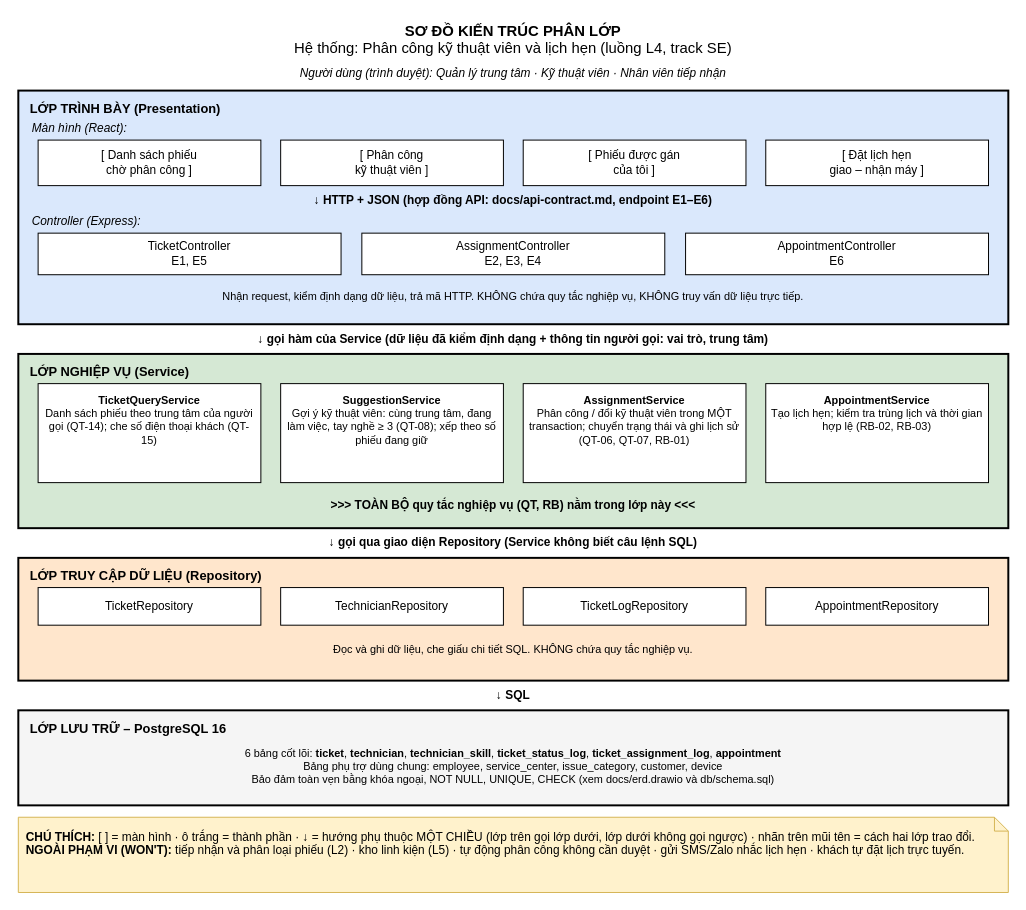
Above: docs/architecture.drawio in WangTWang/cdtn1-tranquocvuong-l4 (draw.io), before the change. Source tidied: cells renumbered, new cells numbered last; positions are measured from the earlier drawing's top-left corner, leaving out a move shared by most shapes. Both pictures are drawn from the tidied source at 99%, with x=0, y=0 at pixel (18, 17).
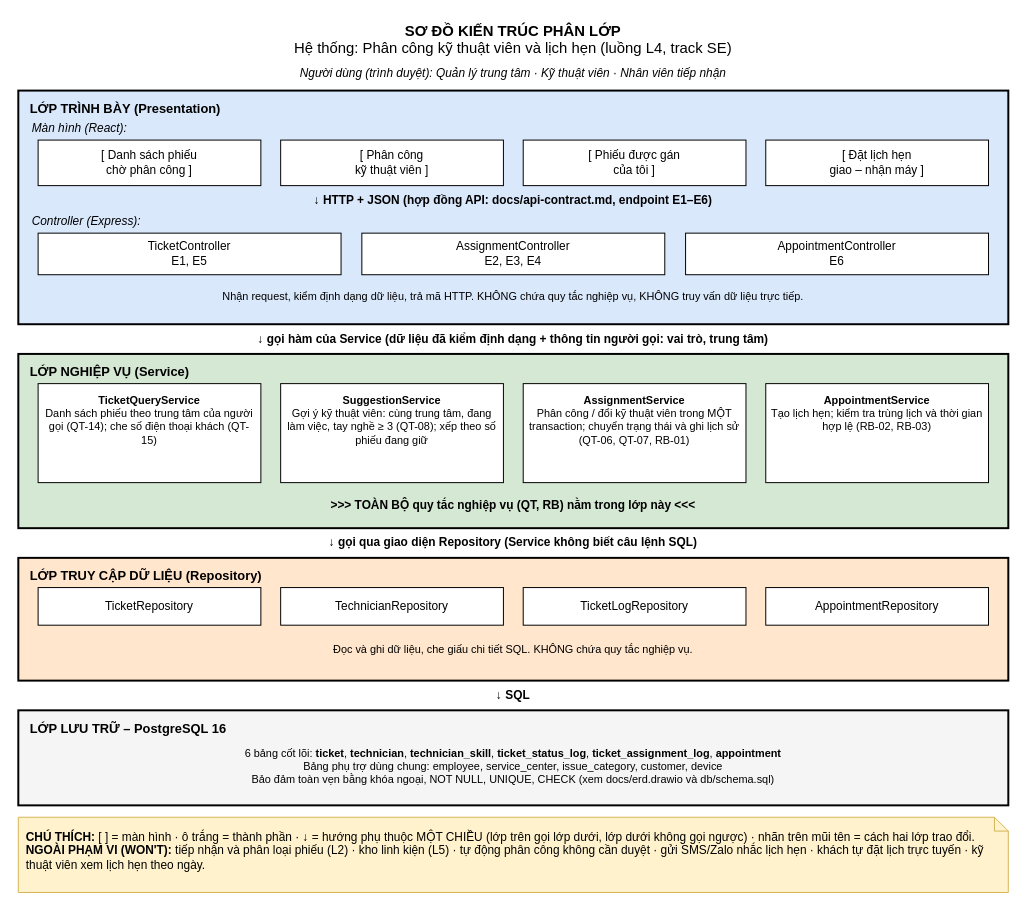
After the change.

What changed in the source:
```diff
@@
-    <mxCell id="33" value="&lt;b&gt;CHÚ THÍCH:&lt;/b&gt; [ ] = màn hình · ô trắng = thành phần · ↓ = hướng phụ thuộc MỘT CHIỀU (lớp trên gọi lớp dưới, lớp dưới không gọi ngược) · nhãn trên mũi tên = cách hai lớp trao đổi.&lt;br&gt;&lt;b&gt;NGOÀI PHẠM VI (WON'T):&lt;/b&gt; tiếp nhận và phân loại phiếu (L2) · kho linh kiện (L5) · tự động phân công không cần duyệt · gửi SMS/Zalo nhắc lịch hẹn · khách tự đặt lịch trực tuyến." style="shape=note;whiteSpace=wrap;html=1;backgroundOutline=1;size=14;align=left;verticalAlign=top;spacing=8;fontSize=12;fillColor=#fff2cc;strokeColor=#d6b656;" parent="1" vertex="1">
+    <mxCell id="33" value="&lt;b&gt;CHÚ THÍCH:&lt;/b&gt; [ ] = màn hình · ô trắng = thành phần · ↓ = hướng phụ thuộc MỘT CHIỀU (lớp trên gọi lớp dưới, lớp dưới không gọi ngược) · nhãn trên mũi tên = cách hai lớp trao đổi.&lt;br&gt;&lt;b&gt;NGOÀI PHẠM VI (WON'T):&lt;/b&gt; tiếp nhận và phân loại phiếu (L2) · kho linh kiện (L5) · tự động phân công không cần duyệt · gửi SMS/Zalo nhắc lịch hẹn · khách tự đặt lịch trực tuyến · kỹ thuật viên xem lịch hẹn theo ngày." style="shape=note;whiteSpace=wrap;html=1;backgroundOutline=1;size=14;align=left;verticalAlign=top;spacing=8;fontSize=12;fillColor=#fff2cc;strokeColor=#d6b656;" parent="1" vertex="1">
       <mxGeometry y="808" width="1000" height="76" as="geometry" />
     </mxCell>
```
